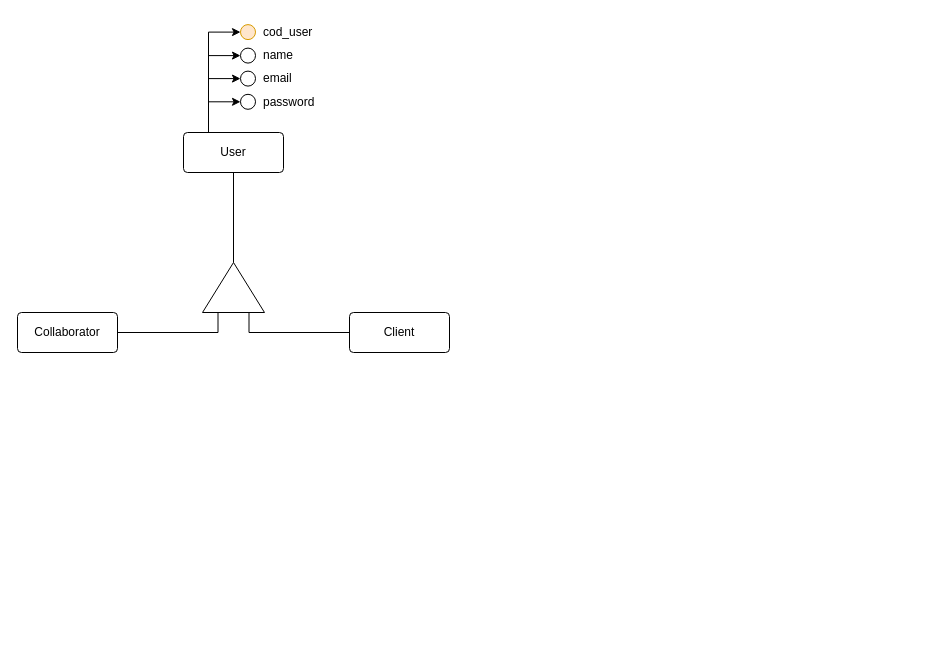
The draw.io diagram Diagrama.drawio in SofiaValadares/MetasConsultoria, before the edit. Source tidied: cells renumbered, new cells numbered last; positions are measured from the earlier drawing's top-left corner, leaving out a move shared by most shapes. Both pictures are drawn from the tidied source at 100%, with x=0, y=0 at pixel (17, 17).
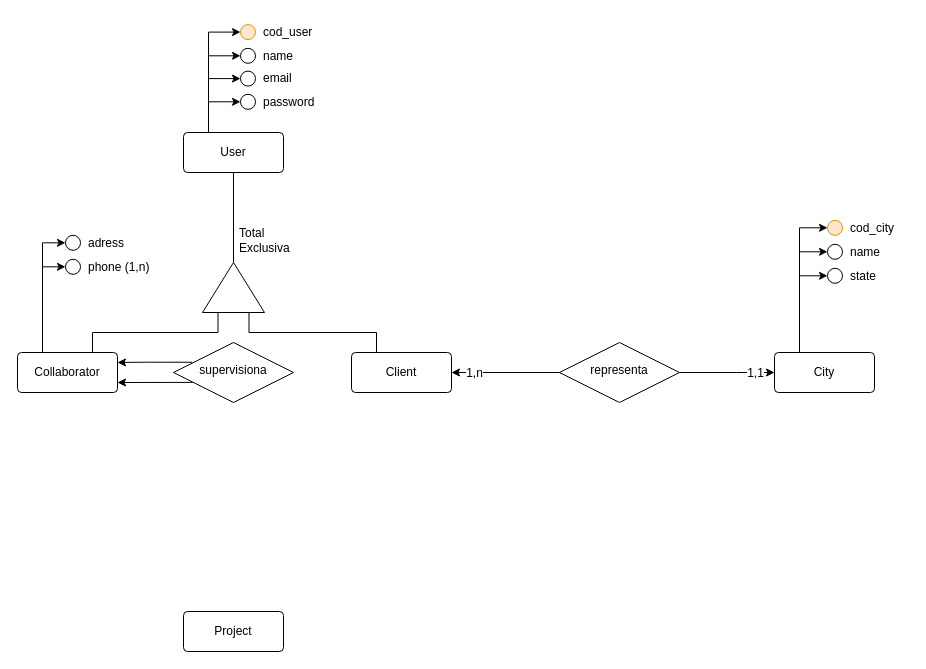
The same diagram, later.

The change refers to these unchanged cells:
```xml
<mxCell id="22" style="triangle;whiteSpace=wrap;html=1;align=center;verticalAlign=top;fontFamily=Helvetica;fontSize=12;fontColor=default;fillColor=none;gradientColor=none;direction=north;" parent="1" vertex="1">
  <mxGeometry x="185" y="245" width="62" height="50" as="geometry" />
</mxCell>
```

What changed in the source:
```diff
@@
     <mxCell id="11" style="group;" parent="1" vertex="1">
-      <mxGeometry x="223" y="23" width="81" height="30.5" as="geometry" />
+      <mxGeometry x="223" y="23" width="81" height="31" as="geometry" />
     </mxCell>
     <mxCell id="12" style="ellipse;whiteSpace=wrap;html=1;" parent="11" vertex="1">
-      <mxGeometry y="7.6" width="15" height="15" as="geometry" />
+      <mxGeometry y="7.8" width="15" height="15" as="geometry" />
     </mxCell>
     <mxCell id="13" value="name" style="text;html=1;align=left;verticalAlign=middle;whiteSpace=wrap;rounded=0;" parent="11" vertex="1">
-      <mxGeometry x="21" width="60" height="30.5" as="geometry" />
+      <mxGeometry x="21" width="60" height="31" as="geometry" />
     </mxCell>
@@
-    <mxCell id="20" style="edgeStyle=orthogonalEdgeStyle;rounded=0;jettySize=auto;html=1;exitX=0;exitY=0.25;exitDx=0;exitDy=0;entryX=1;entryY=0.5;entryDx=0;entryDy=0;fontFamily=Helvetica;fontSize=12;fontColor=default;endArrow=none;endFill=0;" parent="1" edge="1" source="22" target="23">
+    <mxCell id="20" style="edgeStyle=orthogonalEdgeStyle;rounded=0;jettySize=auto;html=1;exitX=0;exitY=0.25;exitDx=0;exitDy=0;entryX=0.75;entryY=0;entryDx=0;entryDy=0;fontFamily=Helvetica;fontSize=12;fontColor=default;endArrow=none;endFill=0;" parent="1" edge="1" source="22" target="23">
       <mxGeometry relative="1" as="geometry" />
     </mxCell>
-    <mxCell id="21" style="edgeStyle=orthogonalEdgeStyle;rounded=0;jettySize=auto;html=1;exitX=0;exitY=0.75;exitDx=0;exitDy=0;entryX=0;entryY=0.5;entryDx=0;entryDy=0;fontFamily=Helvetica;fontSize=12;fontColor=default;endArrow=none;endFill=0;" parent="1" edge="1" source="22" target="24">
+    <mxCell id="21" style="edgeStyle=orthogonalEdgeStyle;rounded=0;jettySize=auto;html=1;exitX=0;exitY=0.75;exitDx=0;exitDy=0;entryX=0.25;entryY=0;entryDx=0;entryDy=0;fontFamily=Helvetica;fontSize=12;fontColor=default;endArrow=none;endFill=0;" parent="1" edge="1" source="22" target="24">
       <mxGeometry relative="1" as="geometry" />
     </mxCell>
@@
+    <mxCell id="25" style="edgeStyle=orthogonalEdgeStyle;rounded=0;jettySize=auto;html=1;exitX=0.25;exitY=0;exitDx=0;exitDy=0;entryX=0;entryY=0.5;entryDx=0;entryDy=0;fontFamily=Helvetica;fontSize=12;fontColor=default;" parent="1" edge="1" source="23" target="50">
+      <mxGeometry relative="1" as="geometry" />
+    </mxCell>
+    <mxCell id="26" style="edgeStyle=orthogonalEdgeStyle;rounded=0;jettySize=auto;html=1;exitX=0.25;exitY=0;exitDx=0;exitDy=0;entryX=0;entryY=0.5;entryDx=0;entryDy=0;fontFamily=Helvetica;fontSize=12;fontColor=default;" parent="1" edge="1" source="23" target="28">
+      <mxGeometry relative="1" as="geometry" />
+    </mxCell>
     <mxCell id="23" value="Collaborator" style="rounded=1;arcSize=10;whiteSpace=wrap;html=1;align=center;" parent="1" vertex="1">
-      <mxGeometry y="295" width="100" height="40" as="geometry" />
+      <mxGeometry y="335" width="100" height="40" as="geometry" />
     </mxCell>
     <mxCell id="24" value="Client" style="rounded=1;arcSize=10;whiteSpace=wrap;html=1;align=center;" parent="1" vertex="1">
-      <mxGeometry x="332" y="295" width="100" height="40" as="geometry" />
+      <mxGeometry x="334" y="335" width="100" height="40" as="geometry" />
     </mxCell>
+    <mxCell id="27" style="group;" parent="1" vertex="1">
+      <mxGeometry x="48" y="210" width="81" height="31" as="geometry" />
+    </mxCell>
+    <mxCell id="28" style="ellipse;whiteSpace=wrap;html=1;" parent="27" vertex="1">
+      <mxGeometry y="7.8" width="15" height="15" as="geometry" />
+    </mxCell>
+    <mxCell id="29" value="adress" style="text;html=1;align=left;verticalAlign=middle;whiteSpace=wrap;rounded=0;" parent="27" vertex="1">
+      <mxGeometry x="21" width="60" height="31" as="geometry" />
+    </mxCell>
+    <mxCell id="30" style="edgeStyle=orthogonalEdgeStyle;rounded=0;jettySize=auto;html=1;exitX=0.25;exitY=0;exitDx=0;exitDy=0;entryX=0;entryY=0.5;entryDx=0;entryDy=0;fontFamily=Helvetica;fontSize=12;fontColor=default;" parent="1" edge="1" source="33" target="35">
+      <mxGeometry relative="1" as="geometry" />
+    </mxCell>
+    <mxCell id="31" style="edgeStyle=orthogonalEdgeStyle;rounded=0;jettySize=auto;html=1;exitX=0.25;exitY=0;exitDx=0;exitDy=0;entryX=0;entryY=0.5;entryDx=0;entryDy=0;fontFamily=Helvetica;fontSize=12;fontColor=default;" parent="1" edge="1" source="33" target="38">
+      <mxGeometry relative="1" as="geometry" />
+    </mxCell>
+    <mxCell id="32" style="edgeStyle=orthogonalEdgeStyle;rounded=0;jettySize=auto;html=1;exitX=0.25;exitY=0;exitDx=0;exitDy=0;entryX=0;entryY=0.5;entryDx=0;entryDy=0;fontFamily=Helvetica;fontSize=12;fontColor=default;" parent="1" edge="1" source="33" target="41">
+      <mxGeometry relative="1" as="geometry" />
+    </mxCell>
+    <mxCell id="33" value="City" style="rounded=1;arcSize=10;whiteSpace=wrap;html=1;align=center;" parent="1" vertex="1">
+      <mxGeometry x="757" y="335" width="100" height="40" as="geometry" />
+    </mxCell>
+    <mxCell id="34" style="group;" parent="1" vertex="1">
+      <mxGeometry x="810" y="195" width="81" height="31" as="geometry" />
+    </mxCell>
+    <mxCell id="35" style="ellipse;whiteSpace=wrap;html=1;fillColor=#ffe6cc;strokeColor=#d79b00;" parent="34" vertex="1">
+      <mxGeometry y="7.8" width="15" height="15" as="geometry" />
+    </mxCell>
+    <mxCell id="36" value="cod_city" style="text;html=1;align=left;verticalAlign=middle;whiteSpace=wrap;rounded=0;" parent="34" vertex="1">
+      <mxGeometry x="21" width="60" height="31" as="geometry" />
+    </mxCell>
+    <mxCell id="37" style="group;" parent="1" vertex="1">
+      <mxGeometry x="810" y="219" width="81" height="31" as="geometry" />
+    </mxCell>
+    <mxCell id="38" style="ellipse;whiteSpace=wrap;html=1;" parent="37" vertex="1">
+      <mxGeometry y="7.8" width="15" height="15" as="geometry" />
+    </mxCell>
+    <mxCell id="39" value="name" style="text;html=1;align=left;verticalAlign=middle;whiteSpace=wrap;rounded=0;" parent="37" vertex="1">
+      <mxGeometry x="21" width="60" height="31" as="geometry" />
+    </mxCell>
+    <mxCell id="40" style="group;" parent="1" vertex="1">
+      <mxGeometry x="810" y="243" width="81" height="31" as="geometry" />
+    </mxCell>
+    <mxCell id="41" style="ellipse;whiteSpace=wrap;html=1;" parent="40" vertex="1">
+      <mxGeometry y="7.8" width="15" height="15" as="geometry" />
+    </mxCell>
+    <mxCell id="42" value="state" style="text;html=1;align=left;verticalAlign=middle;whiteSpace=wrap;rounded=0;" parent="40" vertex="1">
+      <mxGeometry x="21" width="60" height="31" as="geometry" />
+    </mxCell>
+    <mxCell id="43" style="edgeStyle=orthogonalEdgeStyle;rounded=0;jettySize=auto;html=1;exitX=1;exitY=0.5;exitDx=0;exitDy=0;entryX=0;entryY=0.5;entryDx=0;entryDy=0;fontFamily=Helvetica;fontSize=12;fontColor=default;" parent="1" edge="1" source="47" target="33">
+      <mxGeometry relative="1" as="geometry">
+        <Array as="points">
+          <mxPoint x="719" y="355" />
+          <mxPoint x="719" y="355" />
+        </Array>
+      </mxGeometry>
+    </mxCell>
+    <mxCell id="44" value="1,1" style="edgeLabel;html=1;align=center;verticalAlign=middle;fontFamily=Helvetica;fontSize=12;fontColor=default;fillColor=none;gradientColor=none;" parent="43" vertex="1">
+      <mxGeometry x="0.72" relative="1" as="geometry">
+        <mxPoint x="-7" as="offset" />
+      </mxGeometry>
+    </mxCell>
+    <mxCell id="45" style="edgeStyle=orthogonalEdgeStyle;rounded=0;jettySize=auto;html=1;exitX=0;exitY=0.5;exitDx=0;exitDy=0;fontFamily=Helvetica;fontSize=12;fontColor=default;" parent="1" edge="1" source="47" target="24">
+      <mxGeometry relative="1" as="geometry" />
+    </mxCell>
+    <mxCell id="46" value="1,n" style="edgeLabel;html=1;align=center;verticalAlign=middle;fontFamily=Helvetica;fontSize=12;fontColor=default;fillColor=none;gradientColor=none;" parent="45" vertex="1">
+      <mxGeometry x="0.65" relative="1" as="geometry">
+        <mxPoint x="3" as="offset" />
+      </mxGeometry>
+    </mxCell>
+    <mxCell id="47" value="&lt;div&gt;&lt;br&gt;&lt;/div&gt;representa" style="shape=rhombus;perimeter=rhombusPerimeter;whiteSpace=wrap;html=1;align=center;verticalAlign=top;fontFamily=Helvetica;fontSize=12;fontColor=default;fillColor=none;gradientColor=none;" parent="1" vertex="1">
+      <mxGeometry x="542" y="325" width="120" height="60" as="geometry" />
+    </mxCell>
+    <mxCell id="48" value="Total&amp;nbsp;&lt;div&gt;Exclusiva&lt;/div&gt;" style="text;html=1;align=left;verticalAlign=middle;strokeColor=none;fillColor=none;fontFamily=Helvetica;fontSize=12;fontColor=default;" parent="1" vertex="1">
+      <mxGeometry x="220" y="202.5" width="69" height="40" as="geometry" />
+    </mxCell>
+    <mxCell id="49" style="group;" parent="1" vertex="1">
+      <mxGeometry x="48" y="234" width="93" height="31" as="geometry" />
+    </mxCell>
+    <mxCell id="50" style="ellipse;whiteSpace=wrap;html=1;" parent="49" vertex="1">
+      <mxGeometry y="7.8" width="15" height="15" as="geometry" />
+    </mxCell>
+    <mxCell id="51" value="phone (1,n)" style="text;html=1;align=left;verticalAlign=middle;whiteSpace=wrap;rounded=0;" parent="49" vertex="1">
+      <mxGeometry x="21" width="72" height="31" as="geometry" />
+    </mxCell>
+    <mxCell id="52" value="Project" style="rounded=1;arcSize=10;whiteSpace=wrap;html=1;align=center;" parent="1" vertex="1">
+      <mxGeometry x="166" y="594" width="100" height="40" as="geometry" />
+    </mxCell>
+    <mxCell id="53" style="edgeStyle=orthogonalEdgeStyle;rounded=0;jettySize=auto;html=1;exitX=0.157;exitY=0.329;exitDx=0;exitDy=0;entryX=1;entryY=0.25;entryDx=0;entryDy=0;fontFamily=Helvetica;fontSize=12;fontColor=default;exitPerimeter=0;" parent="1" edge="1" source="55" target="23">
+      <mxGeometry relative="1" as="geometry" />
+    </mxCell>
+    <mxCell id="54" style="edgeStyle=orthogonalEdgeStyle;rounded=0;jettySize=auto;html=1;exitX=0.159;exitY=0.665;exitDx=0;exitDy=0;entryX=1;entryY=0.75;entryDx=0;entryDy=0;fontFamily=Helvetica;fontSize=12;fontColor=default;exitPerimeter=0;" parent="1" edge="1" source="55" target="23">
+      <mxGeometry relative="1" as="geometry">
+        <Array as="points">
+          <mxPoint x="173" y="365" />
+        </Array>
+      </mxGeometry>
+    </mxCell>
+    <mxCell id="55" value="&lt;div&gt;&lt;br&gt;&lt;/div&gt;supervisiona" style="shape=rhombus;perimeter=rhombusPerimeter;whiteSpace=wrap;html=1;align=center;verticalAlign=top;fontFamily=Helvetica;fontSize=12;fontColor=default;fillColor=none;gradientColor=none;" parent="1" vertex="1">
+      <mxGeometry x="156" y="325" width="120" height="60" as="geometry" />
+    </mxCell>
```
